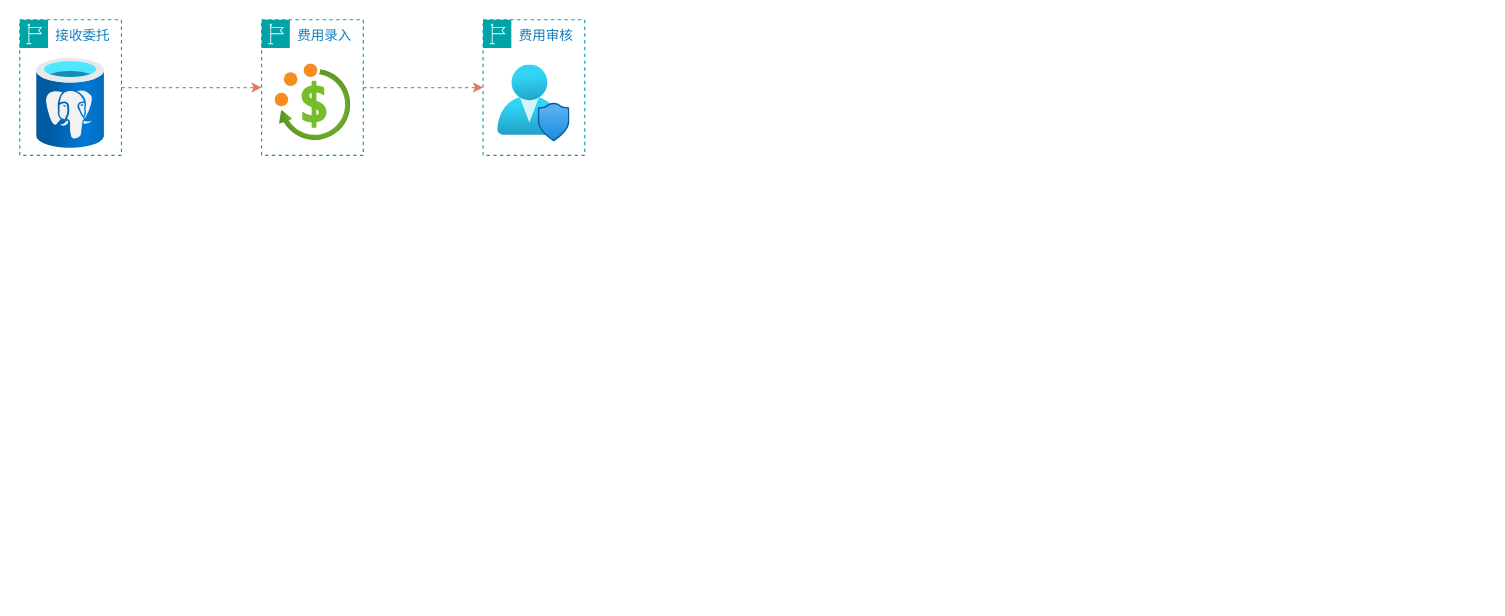
Earlier version of the draw.io diagram public/流程图.drawio (zwxuan/vite-project). Source tidied: cells renumbered, new cells numbered last; positions are measured from the earlier drawing's top-left corner, leaving out a move shared by most shapes. Both pictures are drawn from the tidied source at 113%, with x=0, y=0 at pixel (19, 19).
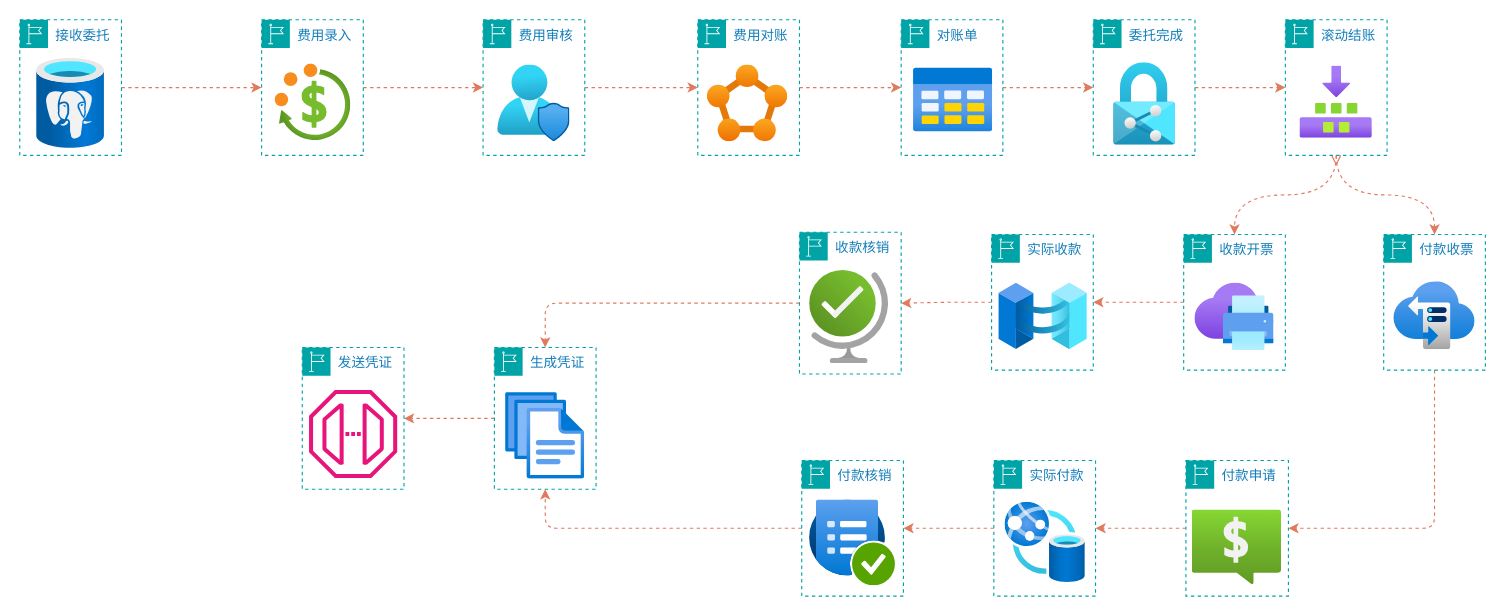
The same page after the edit.

Unchanged cells that the change refers to:
```xml
<mxCell id="8" value="费用审核" style="points=[[0,0],[0.25,0],[0.5,0],[0.75,0],[1,0],[1,0.25],[1,0.5],[1,0.75],[1,1],[0.75,1],[0.5,1],[0.25,1],[0,1],[0,0.75],[0,0.5],[0,0.25]];outlineConnect=0;gradientColor=none;html=1;whiteSpace=wrap;fontSize=12;fontStyle=0;shape=mxgraph.aws4.group;grIcon=mxgraph.aws4.group_region;strokeColor=#00A4A6;fillColor=none;verticalAlign=top;align=left;spacingLeft=30;fontColor=#147EBA;dashed=1;textShadow=0;labelBorderColor=none;fontFamily=Helvetica;" parent="1" vertex="1">
  <mxGeometry x="410" width="90" height="120" as="geometry" />
</mxCell>
```

The edit, as a diff of the source:
```diff
@@
+    <mxCell id="10" style="edgeStyle=orthogonalEdgeStyle;rounded=0;jettySize=auto;html=1;dashed=1;flowAnimation=1;flowAnimationDuration=1500;strokeColor=#E07A5F;" parent="1" edge="1" source="8" target="12">
+      <mxGeometry relative="1" as="geometry" />
+    </mxCell>
@@
+    <mxCell id="11" style="edgeStyle=orthogonalEdgeStyle;shape=connector;rounded=0;jettySize=auto;html=1;dashed=1;strokeColor=#E07A5F;align=center;verticalAlign=middle;fontFamily=Helvetica;fontSize=11;fontColor=default;labelBackgroundColor=default;endArrow=classic;flowAnimation=1;flowAnimationDuration=1500;" parent="1" edge="1" source="12" target="15">
+      <mxGeometry relative="1" as="geometry" />
+    </mxCell>
+    <mxCell id="12" value="费用对账" style="points=[[0,0],[0.25,0],[0.5,0],[0.75,0],[1,0],[1,0.25],[1,0.5],[1,0.75],[1,1],[0.75,1],[0.5,1],[0.25,1],[0,1],[0,0.75],[0,0.5],[0,0.25]];outlineConnect=0;gradientColor=none;html=1;whiteSpace=wrap;fontSize=12;fontStyle=0;shape=mxgraph.aws4.group;grIcon=mxgraph.aws4.group_region;strokeColor=#00A4A6;fillColor=none;verticalAlign=top;align=left;spacingLeft=30;fontColor=#147EBA;dashed=1;textShadow=0;labelBorderColor=none;fontFamily=Helvetica;" parent="1" vertex="1">
+      <mxGeometry x="600" width="90" height="120" as="geometry" />
+    </mxCell>
+    <mxCell id="13" style="image;html=1;align=center;fontSize=12;image=img/lib/azure2/containers/Service_Fabric_Clusters.svg;" parent="12" vertex="1">
+      <mxGeometry x="8.5" y="40" width="71.2" height="68" as="geometry" />
+    </mxCell>
+    <mxCell id="14" style="edgeStyle=orthogonalEdgeStyle;shape=connector;rounded=0;jettySize=auto;html=1;dashed=1;strokeColor=#E07A5F;align=center;verticalAlign=middle;fontFamily=Helvetica;fontSize=11;fontColor=default;labelBackgroundColor=default;endArrow=classic;flowAnimation=1;flowAnimationDuration=1500;" parent="1" edge="1" source="15" target="18">
+      <mxGeometry relative="1" as="geometry" />
+    </mxCell>
+    <mxCell id="15" value="对账单" style="points=[[0,0],[0.25,0],[0.5,0],[0.75,0],[1,0],[1,0.25],[1,0.5],[1,0.75],[1,1],[0.75,1],[0.5,1],[0.25,1],[0,1],[0,0.75],[0,0.5],[0,0.25]];outlineConnect=0;gradientColor=none;html=1;whiteSpace=wrap;fontSize=12;fontStyle=0;shape=mxgraph.aws4.group;grIcon=mxgraph.aws4.group_region;strokeColor=#00A4A6;fillColor=none;verticalAlign=top;align=left;spacingLeft=30;fontColor=#147EBA;dashed=1;textShadow=0;labelBorderColor=none;fontFamily=Helvetica;" parent="1" vertex="1">
+      <mxGeometry x="780" width="90" height="120" as="geometry" />
+    </mxCell>
+    <mxCell id="16" style="image;html=1;align=center;fontSize=12;image=img/lib/azure2/general/Table.svg;fontFamily=Helvetica;fontColor=default;labelBackgroundColor=default;" parent="15" vertex="1">
+      <mxGeometry x="11" y="40" width="70" height="62" as="geometry" />
+    </mxCell>
+    <mxCell id="17" style="edgeStyle=orthogonalEdgeStyle;shape=connector;rounded=0;jettySize=auto;html=1;dashed=1;strokeColor=#E07A5F;align=center;verticalAlign=middle;fontFamily=Helvetica;fontSize=11;fontColor=default;labelBackgroundColor=default;endArrow=classic;flowAnimation=1;flowAnimationDuration=1500;" parent="1" edge="1" source="18" target="22">
+      <mxGeometry relative="1" as="geometry" />
+    </mxCell>
+    <mxCell id="18" value="委托完成" style="points=[[0,0],[0.25,0],[0.5,0],[0.75,0],[1,0],[1,0.25],[1,0.5],[1,0.75],[1,1],[0.75,1],[0.5,1],[0.25,1],[0,1],[0,0.75],[0,0.5],[0,0.25]];outlineConnect=0;gradientColor=none;html=1;whiteSpace=wrap;fontSize=12;fontStyle=0;shape=mxgraph.aws4.group;grIcon=mxgraph.aws4.group_region;strokeColor=#00A4A6;fillColor=none;verticalAlign=top;align=left;spacingLeft=30;fontColor=#147EBA;dashed=1;textShadow=0;labelBorderColor=none;fontFamily=Helvetica;" parent="1" vertex="1">
+      <mxGeometry x="950" width="90" height="120" as="geometry" />
+    </mxCell>
+    <mxCell id="19" style="image;html=1;align=center;fontSize=12;image=img/lib/azure2/identity/Azure_Information_Protection.svg;fontFamily=Helvetica;fontColor=default;labelBackgroundColor=default;" parent="18" vertex="1">
+      <mxGeometry x="18" y="38" width="55" height="73" as="geometry" />
+    </mxCell>
+    <mxCell id="20" style="edgeStyle=orthogonalEdgeStyle;shape=connector;rounded=0;jettySize=auto;html=1;dashed=1;strokeColor=#E07A5F;align=center;verticalAlign=middle;fontFamily=Helvetica;fontSize=11;fontColor=default;labelBackgroundColor=default;endArrow=classic;flowAnimation=1;flowAnimationDuration=1500;curved=1;" parent="1" edge="1" source="22" target="25">
+      <mxGeometry relative="1" as="geometry" />
+    </mxCell>
+    <mxCell id="21" style="edgeStyle=orthogonalEdgeStyle;shape=connector;rounded=0;jettySize=auto;html=1;dashed=1;strokeColor=#E07A5F;align=center;verticalAlign=middle;fontFamily=Helvetica;fontSize=11;fontColor=default;labelBackgroundColor=default;endArrow=classic;flowAnimation=1;flowAnimationDuration=1500;curved=1;startArrow=ERmany;startFill=0;" parent="1" edge="1" source="22" target="28">
+      <mxGeometry relative="1" as="geometry" />
+    </mxCell>
+    <mxCell id="22" value="滚动结账" style="points=[[0,0],[0.25,0],[0.5,0],[0.75,0],[1,0],[1,0.25],[1,0.5],[1,0.75],[1,1],[0.75,1],[0.5,1],[0.25,1],[0,1],[0,0.75],[0,0.5],[0,0.25]];outlineConnect=0;gradientColor=none;html=1;whiteSpace=wrap;fontSize=12;fontStyle=0;shape=mxgraph.aws4.group;grIcon=mxgraph.aws4.group_region;strokeColor=#00A4A6;fillColor=none;verticalAlign=top;align=left;spacingLeft=30;fontColor=#147EBA;dashed=1;textShadow=0;labelBorderColor=none;fontFamily=Helvetica;" parent="1" vertex="1">
+      <mxGeometry x="1120" width="90" height="120" as="geometry" />
+    </mxCell>
+    <mxCell id="23" style="image;html=1;align=center;fontSize=12;image=img/lib/azure2/general/Builds.svg;fontFamily=Helvetica;fontColor=default;labelBackgroundColor=default;" parent="22" vertex="1">
+      <mxGeometry x="13" y="41" width="64" height="64" as="geometry" />
+    </mxCell>
+    <mxCell id="24" style="edgeStyle=orthogonalEdgeStyle;shape=connector;rounded=0;jettySize=auto;html=1;dashed=1;strokeColor=#E07A5F;align=center;verticalAlign=middle;fontFamily=Helvetica;fontSize=11;fontColor=default;labelBackgroundColor=default;endArrow=classic;flowAnimation=1;flowAnimationDuration=1500;" parent="1" edge="1" source="25" target="31">
+      <mxGeometry relative="1" as="geometry" />
+    </mxCell>
+    <mxCell id="25" value="收款开票" style="points=[[0,0],[0.25,0],[0.5,0],[0.75,0],[1,0],[1,0.25],[1,0.5],[1,0.75],[1,1],[0.75,1],[0.5,1],[0.25,1],[0,1],[0,0.75],[0,0.5],[0,0.25]];outlineConnect=0;gradientColor=none;html=1;whiteSpace=wrap;fontSize=12;fontStyle=0;shape=mxgraph.aws4.group;grIcon=mxgraph.aws4.group_region;strokeColor=#00A4A6;fillColor=none;verticalAlign=top;align=left;spacingLeft=30;fontColor=#147EBA;dashed=1;textShadow=0;labelBorderColor=none;fontFamily=Helvetica;" parent="1" vertex="1">
+      <mxGeometry x="1030" y="190" width="90" height="120" as="geometry" />
+    </mxCell>
+    <mxCell id="26" style="image;html=1;align=center;fontSize=12;image=img/lib/azure2/other/Universal_Print.svg;fontFamily=Helvetica;fontColor=default;labelBackgroundColor=default;" parent="25" vertex="1">
+      <mxGeometry x="10" y="43" width="70" height="60" as="geometry" />
+    </mxCell>
+    <mxCell id="27" style="edgeStyle=orthogonalEdgeStyle;shape=connector;rounded=1;jettySize=auto;html=1;dashed=1;strokeColor=#E07A5F;align=center;verticalAlign=middle;fontFamily=Helvetica;fontSize=11;fontColor=default;labelBackgroundColor=default;endArrow=classic;flowAnimation=1;flowAnimationDuration=1500;entryX=1;entryY=0.5;entryDx=0;entryDy=0;exitX=0.5;exitY=1;exitDx=0;exitDy=0;curved=0;" parent="1" edge="1" source="28" target="34">
+      <mxGeometry relative="1" as="geometry" />
+    </mxCell>
+    <mxCell id="28" value="付款收票" style="points=[[0,0],[0.25,0],[0.5,0],[0.75,0],[1,0],[1,0.25],[1,0.5],[1,0.75],[1,1],[0.75,1],[0.5,1],[0.25,1],[0,1],[0,0.75],[0,0.5],[0,0.25]];outlineConnect=0;gradientColor=none;html=1;whiteSpace=wrap;fontSize=12;fontStyle=0;shape=mxgraph.aws4.group;grIcon=mxgraph.aws4.group_region;strokeColor=#00A4A6;fillColor=none;verticalAlign=top;align=left;spacingLeft=30;fontColor=#147EBA;dashed=1;textShadow=0;labelBorderColor=none;fontFamily=Helvetica;" parent="1" vertex="1">
+      <mxGeometry x="1207" y="190" width="90" height="120" as="geometry" />
+    </mxCell>
+    <mxCell id="29" style="image;html=1;align=center;fontSize=12;image=img/lib/azure2/storage/Storage_Sync_Services.svg;fontFamily=Helvetica;fontColor=default;labelBackgroundColor=default;" parent="28" vertex="1">
+      <mxGeometry x="9" y="42" width="72" height="60" as="geometry" />
+    </mxCell>
+    <mxCell id="30" style="edgeStyle=orthogonalEdgeStyle;shape=connector;rounded=0;jettySize=auto;html=1;dashed=1;strokeColor=#E07A5F;align=center;verticalAlign=middle;fontFamily=Helvetica;fontSize=11;fontColor=default;labelBackgroundColor=default;endArrow=classic;flowAnimation=1;flowAnimationDuration=1500;" parent="1" edge="1" source="31" target="40">
+      <mxGeometry relative="1" as="geometry" />
+    </mxCell>
+    <mxCell id="31" value="实际收款" style="points=[[0,0],[0.25,0],[0.5,0],[0.75,0],[1,0],[1,0.25],[1,0.5],[1,0.75],[1,1],[0.75,1],[0.5,1],[0.25,1],[0,1],[0,0.75],[0,0.5],[0,0.25]];outlineConnect=0;gradientColor=none;html=1;whiteSpace=wrap;fontSize=12;fontStyle=0;shape=mxgraph.aws4.group;grIcon=mxgraph.aws4.group_region;strokeColor=#00A4A6;fillColor=none;verticalAlign=top;align=left;spacingLeft=30;fontColor=#147EBA;dashed=1;textShadow=0;labelBorderColor=none;fontFamily=Helvetica;" parent="1" vertex="1">
+      <mxGeometry x="860" y="190" width="90" height="120" as="geometry" />
+    </mxCell>
+    <mxCell id="32" style="image;html=1;align=center;fontSize=12;image=img/lib/azure2/management_governance/Azure_Arc.svg;fontFamily=Helvetica;fontColor=default;labelBackgroundColor=default;" parent="31" vertex="1">
+      <mxGeometry x="6.5" y="43" width="78.3" height="59" as="geometry" />
+    </mxCell>
+    <mxCell id="33" style="edgeStyle=orthogonalEdgeStyle;shape=connector;rounded=0;jettySize=auto;html=1;dashed=1;strokeColor=#E07A5F;align=center;verticalAlign=middle;fontFamily=Helvetica;fontSize=11;fontColor=default;labelBackgroundColor=default;endArrow=classic;flowAnimation=1;flowAnimationDuration=1500;" parent="1" edge="1" source="34" target="37">
+      <mxGeometry relative="1" as="geometry" />
+    </mxCell>
+    <mxCell id="34" value="付款申请" style="points=[[0,0],[0.25,0],[0.5,0],[0.75,0],[1,0],[1,0.25],[1,0.5],[1,0.75],[1,1],[0.75,1],[0.5,1],[0.25,1],[0,1],[0,0.75],[0,0.5],[0,0.25]];outlineConnect=0;gradientColor=none;html=1;whiteSpace=wrap;fontSize=12;fontStyle=0;shape=mxgraph.aws4.group;grIcon=mxgraph.aws4.group_region;strokeColor=#00A4A6;fillColor=none;verticalAlign=top;align=left;spacingLeft=30;fontColor=#147EBA;dashed=1;textShadow=0;labelBorderColor=none;fontFamily=Helvetica;" parent="1" vertex="1">
+      <mxGeometry x="1032" y="390" width="90.7" height="120" as="geometry" />
+    </mxCell>
+    <mxCell id="35" style="image;html=1;align=center;fontSize=12;image=img/lib/azure2/general/Cost_Alerts.svg;fontFamily=Helvetica;fontColor=default;labelBackgroundColor=default;" parent="34" vertex="1">
+      <mxGeometry x="5.5" y="43.8" width="79.2" height="66.2" as="geometry" />
+    </mxCell>
+    <mxCell id="36" style="edgeStyle=orthogonalEdgeStyle;shape=connector;rounded=0;jettySize=auto;html=1;dashed=1;strokeColor=#E07A5F;align=center;verticalAlign=middle;fontFamily=Helvetica;fontSize=11;fontColor=default;labelBackgroundColor=default;endArrow=classic;flowAnimation=1;flowAnimationDuration=1500;" parent="1" edge="1" source="37" target="43">
+      <mxGeometry relative="1" as="geometry" />
+    </mxCell>
+    <mxCell id="37" value="实际付款" style="points=[[0,0],[0.25,0],[0.5,0],[0.75,0],[1,0],[1,0.25],[1,0.5],[1,0.75],[1,1],[0.75,1],[0.5,1],[0.25,1],[0,1],[0,0.75],[0,0.5],[0,0.25]];outlineConnect=0;gradientColor=none;html=1;whiteSpace=wrap;fontSize=12;fontStyle=0;shape=mxgraph.aws4.group;grIcon=mxgraph.aws4.group_region;strokeColor=#00A4A6;fillColor=none;verticalAlign=top;align=left;spacingLeft=30;fontColor=#147EBA;dashed=1;textShadow=0;labelBorderColor=none;fontFamily=Helvetica;" parent="1" vertex="1">
+      <mxGeometry x="862" y="390" width="90" height="120" as="geometry" />
+    </mxCell>
+    <mxCell id="38" style="image;html=1;align=center;fontSize=12;image=img/lib/azure2/other/Web_App_Database.svg;fontFamily=Helvetica;fontColor=#393C56;labelBackgroundColor=default;" parent="37" vertex="1">
+      <mxGeometry x="10" y="37" width="71" height="71" as="geometry" />
+    </mxCell>
+    <mxCell id="39" style="edgeStyle=orthogonalEdgeStyle;shape=connector;rounded=1;jettySize=auto;html=1;dashed=1;strokeColor=#E07A5F;align=center;verticalAlign=middle;fontFamily=Helvetica;fontSize=11;fontColor=default;labelBackgroundColor=default;endArrow=classic;flowAnimation=1;flowAnimationDuration=1431;endFill=1;curved=0;jumpStyle=arc;jumpSize=2;snapToPoint=0;comic=0;flowAnimationTimingFunction=linear;fixDash=0;entryX=0.5;entryY=0;entryDx=0;entryDy=0;" parent="1" edge="1" source="40" target="46">
+      <mxGeometry relative="1" as="geometry" />
+    </mxCell>
+    <mxCell id="40" value="收款核销" style="points=[[0,0],[0.25,0],[0.5,0],[0.75,0],[1,0],[1,0.25],[1,0.5],[1,0.75],[1,1],[0.75,1],[0.5,1],[0.25,1],[0,1],[0,0.75],[0,0.5],[0,0.25]];outlineConnect=0;gradientColor=none;html=1;whiteSpace=wrap;fontSize=12;fontStyle=0;shape=mxgraph.aws4.group;grIcon=mxgraph.aws4.group_region;strokeColor=#00A4A6;fillColor=none;verticalAlign=top;align=left;spacingLeft=30;fontColor=#147EBA;dashed=1;textShadow=0;labelBorderColor=none;fontFamily=Helvetica;" parent="1" vertex="1">
+      <mxGeometry x="690" y="188" width="90" height="125.5" as="geometry" />
+    </mxCell>
+    <mxCell id="41" style="image;html=1;align=center;fontSize=12;image=img/lib/azure2/general/Globe_Success.svg;fontFamily=Helvetica;fontColor=default;labelBackgroundColor=default;" parent="40" vertex="1">
+      <mxGeometry x="9" y="34" width="70" height="82.5" as="geometry" />
+    </mxCell>
+    <mxCell id="42" style="edgeStyle=orthogonalEdgeStyle;shape=connector;rounded=1;jettySize=auto;html=1;dashed=1;strokeColor=#E07A5F;align=center;verticalAlign=middle;fontFamily=Helvetica;fontSize=11;fontColor=default;labelBackgroundColor=default;endArrow=classic;flowAnimation=1;flowAnimationDuration=1463;endFill=1;curved=0;jumpStyle=arc;jumpSize=1;startFill=1;entryX=0.5;entryY=1;entryDx=0;entryDy=0;" parent="1" edge="1" source="43" target="46">
+      <mxGeometry relative="1" as="geometry" />
+    </mxCell>
+    <mxCell id="43" value="付款核销" style="points=[[0,0],[0.25,0],[0.5,0],[0.75,0],[1,0],[1,0.25],[1,0.5],[1,0.75],[1,1],[0.75,1],[0.5,1],[0.25,1],[0,1],[0,0.75],[0,0.5],[0,0.25]];outlineConnect=0;gradientColor=none;html=1;whiteSpace=wrap;fontSize=12;fontStyle=0;shape=mxgraph.aws4.group;grIcon=mxgraph.aws4.group_region;strokeColor=#00A4A6;fillColor=none;verticalAlign=top;align=left;spacingLeft=30;fontColor=#147EBA;dashed=1;textShadow=0;labelBorderColor=none;fontFamily=Helvetica;" parent="1" vertex="1">
+      <mxGeometry x="692" y="390" width="90" height="120" as="geometry" />
+    </mxCell>
+    <mxCell id="44" style="image;html=1;align=center;fontSize=12;image=img/lib/azure2/other/Compliance_Center.svg;fontFamily=Helvetica;fontColor=default;labelBackgroundColor=default;" parent="43" vertex="1">
+      <mxGeometry x="7" y="35" width="76" height="76" as="geometry" />
+    </mxCell>
+    <mxCell id="45" style="edgeStyle=orthogonalEdgeStyle;shape=connector;rounded=0;jettySize=auto;html=1;dashed=1;strokeColor=#E07A5F;align=center;verticalAlign=middle;fontFamily=Helvetica;fontSize=11;fontColor=default;labelBackgroundColor=default;endArrow=classic;flowAnimation=1;flowAnimationDuration=1500;" parent="1" edge="1" source="46" target="48">
+      <mxGeometry relative="1" as="geometry" />
+    </mxCell>
+    <mxCell id="46" value="生成凭证" style="points=[[0,0],[0.25,0],[0.5,0],[0.75,0],[1,0],[1,0.25],[1,0.5],[1,0.75],[1,1],[0.75,1],[0.5,1],[0.25,1],[0,1],[0,0.75],[0,0.5],[0,0.25]];outlineConnect=0;gradientColor=none;html=1;whiteSpace=wrap;fontSize=12;fontStyle=0;shape=mxgraph.aws4.group;grIcon=mxgraph.aws4.group_region;strokeColor=#00A4A6;fillColor=none;verticalAlign=top;align=left;spacingLeft=30;fontColor=#147EBA;dashed=1;textShadow=0;labelBorderColor=none;fontFamily=Helvetica;" parent="1" vertex="1">
+      <mxGeometry x="420" y="290" width="90" height="125.5" as="geometry" />
+    </mxCell>
+    <mxCell id="47" style="image;html=1;align=center;fontSize=12;image=img/lib/azure2/general/Files.svg;fontFamily=Helvetica;fontColor=default;labelBackgroundColor=default;" parent="46" vertex="1">
+      <mxGeometry x="10" y="40" width="70" height="76.6" as="geometry" />
+    </mxCell>
+    <mxCell id="48" value="发送凭证" style="points=[[0,0],[0.25,0],[0.5,0],[0.75,0],[1,0],[1,0.25],[1,0.5],[1,0.75],[1,1],[0.75,1],[0.5,1],[0.25,1],[0,1],[0,0.75],[0,0.5],[0,0.25]];outlineConnect=0;gradientColor=none;html=1;whiteSpace=wrap;fontSize=12;fontStyle=0;shape=mxgraph.aws4.group;grIcon=mxgraph.aws4.group_region;strokeColor=#00A4A6;fillColor=none;verticalAlign=top;align=left;spacingLeft=30;fontColor=#147EBA;dashed=1;textShadow=0;labelBorderColor=none;fontFamily=Helvetica;" parent="1" vertex="1">
+      <mxGeometry x="250" y="290" width="90" height="125.5" as="geometry" />
+    </mxCell>
+    <mxCell id="49" style="sketch=0;fontColor=#232F3E;gradientColor=none;fillColor=#E7157B;strokeColor=none;dashed=0;verticalLabelPosition=bottom;verticalAlign=top;align=center;html=1;fontSize=12;fontStyle=0;shape=mxgraph.aws4.endpoint;fontFamily=Helvetica;labelBackgroundColor=default;" parent="48" vertex="1">
+      <mxGeometry x="6" y="37.6" width="78" height="78" as="geometry" />
+    </mxCell>
```
